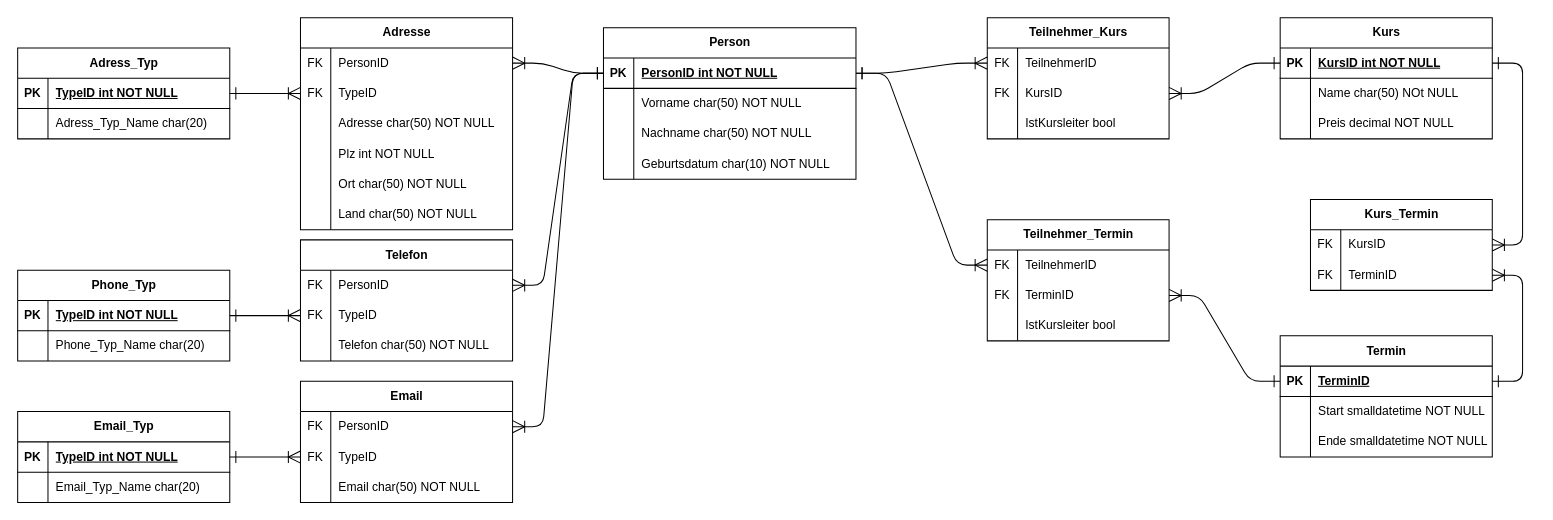
The draw.io diagram doc/WifiKursverwaltungV3.drawio in dama66/sw_developer_2023, before the edit. Source tidied: cells renumbered, new cells numbered last; positions are measured from the earlier drawing's top-left corner, leaving out a move shared by most shapes. Both pictures are drawn from the tidied source at 101%, with x=0, y=0 at pixel (17, 17).
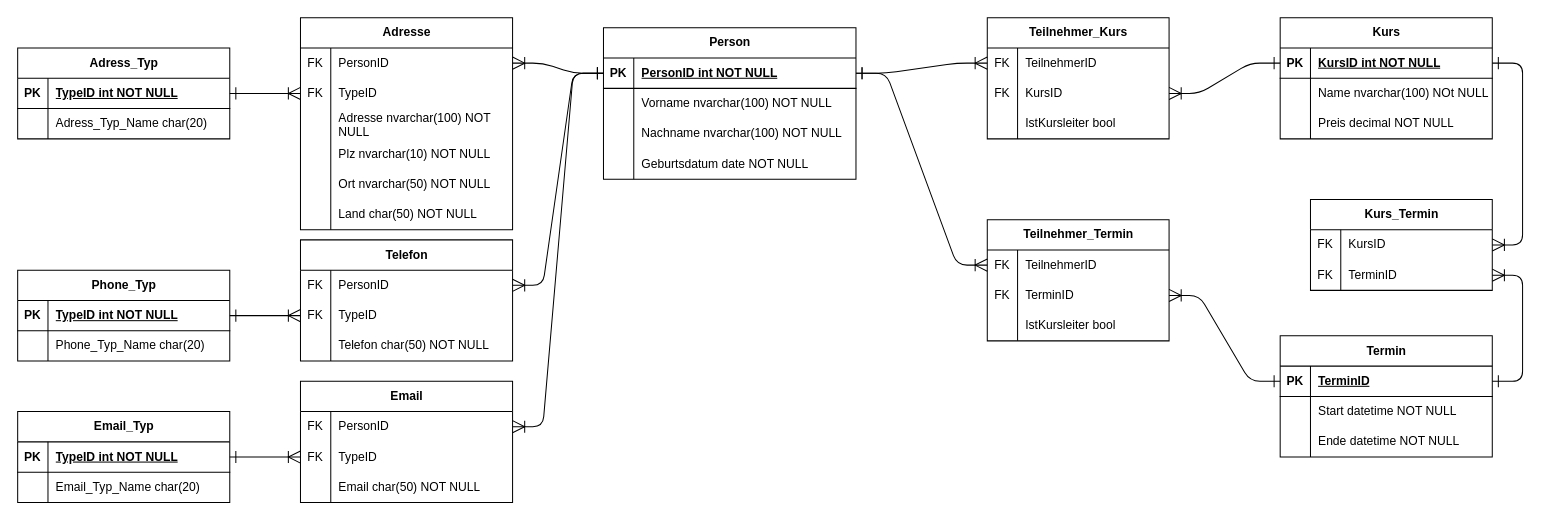
The same page after the edit.

Unchanged cells that the change refers to:
```xml
<mxCell id="8" style="shape=tableRow;horizontal=0;startSize=0;swimlaneHead=0;swimlaneBody=0;fillColor=none;top=0;left=0;right=0;bottom=0;" parent="4" vertex="1">
  <mxGeometry y="60" width="250" height="30" as="geometry" />
</mxCell>
<mxCell id="11" style="shape=tableRow;horizontal=0;startSize=0;swimlaneHead=0;swimlaneBody=0;fillColor=none;top=0;left=0;right=0;bottom=0;" parent="4" vertex="1">
  <mxGeometry y="90" width="250" height="30" as="geometry" />
</mxCell>
<mxCell id="14" style="shape=tableRow;horizontal=0;startSize=0;swimlaneHead=0;swimlaneBody=0;fillColor=none;top=0;left=0;right=0;bottom=0;" parent="4" vertex="1">
  <mxGeometry y="120" width="250" height="30" as="geometry" />
</mxCell>
<mxCell id="31" style="shape=tableRow;horizontal=0;startSize=0;swimlaneHead=0;swimlaneBody=0;fillColor=none;top=0;left=0;right=0;bottom=0;" parent="27" vertex="1">
  <mxGeometry y="60" width="210" height="30" as="geometry" />
</mxCell>
<mxCell id="41" style="shape=tableRow;horizontal=0;startSize=0;swimlaneHead=0;swimlaneBody=0;fillColor=none;top=0;left=0;right=0;bottom=0;" parent="37" vertex="1">
  <mxGeometry y="60" width="210" height="30" as="geometry" />
</mxCell>
<mxCell id="44" style="shape=tableRow;horizontal=0;startSize=0;swimlaneHead=0;swimlaneBody=0;fillColor=none;top=0;left=0;right=0;bottom=0;" parent="37" vertex="1">
  <mxGeometry y="90" width="210" height="30" as="geometry" />
</mxCell>
<mxCell id="75" style="shape=tableRow;horizontal=0;startSize=0;swimlaneHead=0;swimlaneBody=0;fillColor=none;top=0;left=0;right=0;bottom=0;" parent="68" vertex="1">
  <mxGeometry y="90" width="210" height="30" as="geometry" />
</mxCell>
<mxCell id="78" style="shape=tableRow;horizontal=0;startSize=0;swimlaneHead=0;swimlaneBody=0;fillColor=none;top=0;left=0;right=0;bottom=0;" parent="68" vertex="1">
  <mxGeometry y="120" width="210" height="30" as="geometry" />
</mxCell>
<mxCell id="81" style="shape=tableRow;horizontal=0;startSize=0;swimlaneHead=0;swimlaneBody=0;fillColor=none;top=0;left=0;right=0;bottom=0;" parent="68" vertex="1">
  <mxGeometry y="150" width="210" height="30" as="geometry" />
</mxCell>
```

Change to the diagram source:
```diff
@@
-    <mxCell id="10" value="Vorname char(50) NOT NULL" style="shape=partialRectangle;fillColor=none;top=0;left=0;bottom=0;right=0;align=left;spacingLeft=6;overflow=hidden;whiteSpace=wrap;html=1;" parent="8" vertex="1">
+    <mxCell id="10" value="Vorname nvarchar(100) NOT NULL" style="shape=partialRectangle;fillColor=none;top=0;left=0;bottom=0;right=0;align=left;spacingLeft=6;overflow=hidden;whiteSpace=wrap;html=1;" parent="8" vertex="1">
       <mxGeometry x="30" width="220" height="30" as="geometry" />
     </mxCell>
@@
-    <mxCell id="13" value="Nachname char(50) NOT NULL" style="shape=partialRectangle;fillColor=none;top=0;left=0;bottom=0;right=0;align=left;spacingLeft=6;overflow=hidden;whiteSpace=wrap;html=1;" parent="11" vertex="1">
+    <mxCell id="13" value="Nachname nvarchar(100)&amp;nbsp;NOT NULL" style="shape=partialRectangle;fillColor=none;top=0;left=0;bottom=0;right=0;align=left;spacingLeft=6;overflow=hidden;whiteSpace=wrap;html=1;" parent="11" vertex="1">
       <mxGeometry x="30" width="220" height="30" as="geometry" />
     </mxCell>
@@
-    <mxCell id="16" value="Geburtsdatum char(10) NOT NULL" style="shape=partialRectangle;fillColor=none;top=0;left=0;bottom=0;right=0;align=left;spacingLeft=6;overflow=hidden;whiteSpace=wrap;html=1;" parent="14" vertex="1">
+    <mxCell id="16" value="Geburtsdatum date NOT NULL" style="shape=partialRectangle;fillColor=none;top=0;left=0;bottom=0;right=0;align=left;spacingLeft=6;overflow=hidden;whiteSpace=wrap;html=1;" parent="14" vertex="1">
       <mxGeometry x="30" width="220" height="30" as="geometry" />
     </mxCell>
@@
-    <mxCell id="33" value="Name char(50) NOt NULL" style="shape=partialRectangle;fillColor=none;top=0;left=0;bottom=0;right=0;align=left;spacingLeft=6;overflow=hidden;whiteSpace=wrap;html=1;" parent="31" vertex="1">
+    <mxCell id="33" value="Name nvarchar(100)&amp;nbsp;NOt NULL" style="shape=partialRectangle;fillColor=none;top=0;left=0;bottom=0;right=0;align=left;spacingLeft=6;overflow=hidden;whiteSpace=wrap;html=1;" parent="31" vertex="1">
       <mxGeometry x="30" width="180" height="30" as="geometry" />
     </mxCell>
@@
-    <mxCell id="43" value="Start smalldatetime NOT NULL" style="shape=partialRectangle;fillColor=none;top=0;left=0;bottom=0;right=0;align=left;spacingLeft=6;overflow=hidden;whiteSpace=wrap;html=1;" parent="41" vertex="1">
+    <mxCell id="43" value="Start datetime NOT NULL" style="shape=partialRectangle;fillColor=none;top=0;left=0;bottom=0;right=0;align=left;spacingLeft=6;overflow=hidden;whiteSpace=wrap;html=1;" parent="41" vertex="1">
       <mxGeometry x="30" width="180" height="30" as="geometry" />
     </mxCell>
@@
-    <mxCell id="46" value="Ende smalldatetime NOT NULL" style="shape=partialRectangle;fillColor=none;top=0;left=0;bottom=0;right=0;align=left;spacingLeft=6;overflow=hidden;whiteSpace=wrap;html=1;" parent="44" vertex="1">
+    <mxCell id="46" value="Ende datetime NOT NULL" style="shape=partialRectangle;fillColor=none;top=0;left=0;bottom=0;right=0;align=left;spacingLeft=6;overflow=hidden;whiteSpace=wrap;html=1;" parent="44" vertex="1">
       <mxGeometry x="30" width="180" height="30" as="geometry" />
     </mxCell>
@@
-    <mxCell id="77" value="Adresse char(50) NOT NULL" style="shape=partialRectangle;fillColor=none;top=0;left=0;bottom=0;right=0;align=left;spacingLeft=6;overflow=hidden;whiteSpace=wrap;html=1;" parent="75" vertex="1">
+    <mxCell id="77" value="Adresse nvarchar(100)&amp;nbsp;NOT NULL" style="shape=partialRectangle;fillColor=none;top=0;left=0;bottom=0;right=0;align=left;spacingLeft=6;overflow=hidden;whiteSpace=wrap;html=1;" parent="75" vertex="1">
       <mxGeometry x="30" width="180" height="30" as="geometry" />
     </mxCell>
@@
-    <mxCell id="80" value="Plz int NOT NULL" style="shape=partialRectangle;fillColor=none;top=0;left=0;bottom=0;right=0;align=left;spacingLeft=6;overflow=hidden;whiteSpace=wrap;html=1;" parent="78" vertex="1">
+    <mxCell id="80" value="Plz nvarchar(10)&amp;nbsp;NOT NULL" style="shape=partialRectangle;fillColor=none;top=0;left=0;bottom=0;right=0;align=left;spacingLeft=6;overflow=hidden;whiteSpace=wrap;html=1;" parent="78" vertex="1">
       <mxGeometry x="30" width="180" height="30" as="geometry" />
     </mxCell>
@@
-    <mxCell id="83" value="Ort char(50) NOT NULL" style="shape=partialRectangle;fillColor=none;top=0;left=0;bottom=0;right=0;align=left;spacingLeft=6;overflow=hidden;whiteSpace=wrap;html=1;" parent="81" vertex="1">
+    <mxCell id="83" value="Ort nvarchar(50)&amp;nbsp;NOT NULL" style="shape=partialRectangle;fillColor=none;top=0;left=0;bottom=0;right=0;align=left;spacingLeft=6;overflow=hidden;whiteSpace=wrap;html=1;" parent="81" vertex="1">
       <mxGeometry x="30" width="180" height="30" as="geometry" />
     </mxCell>
```
